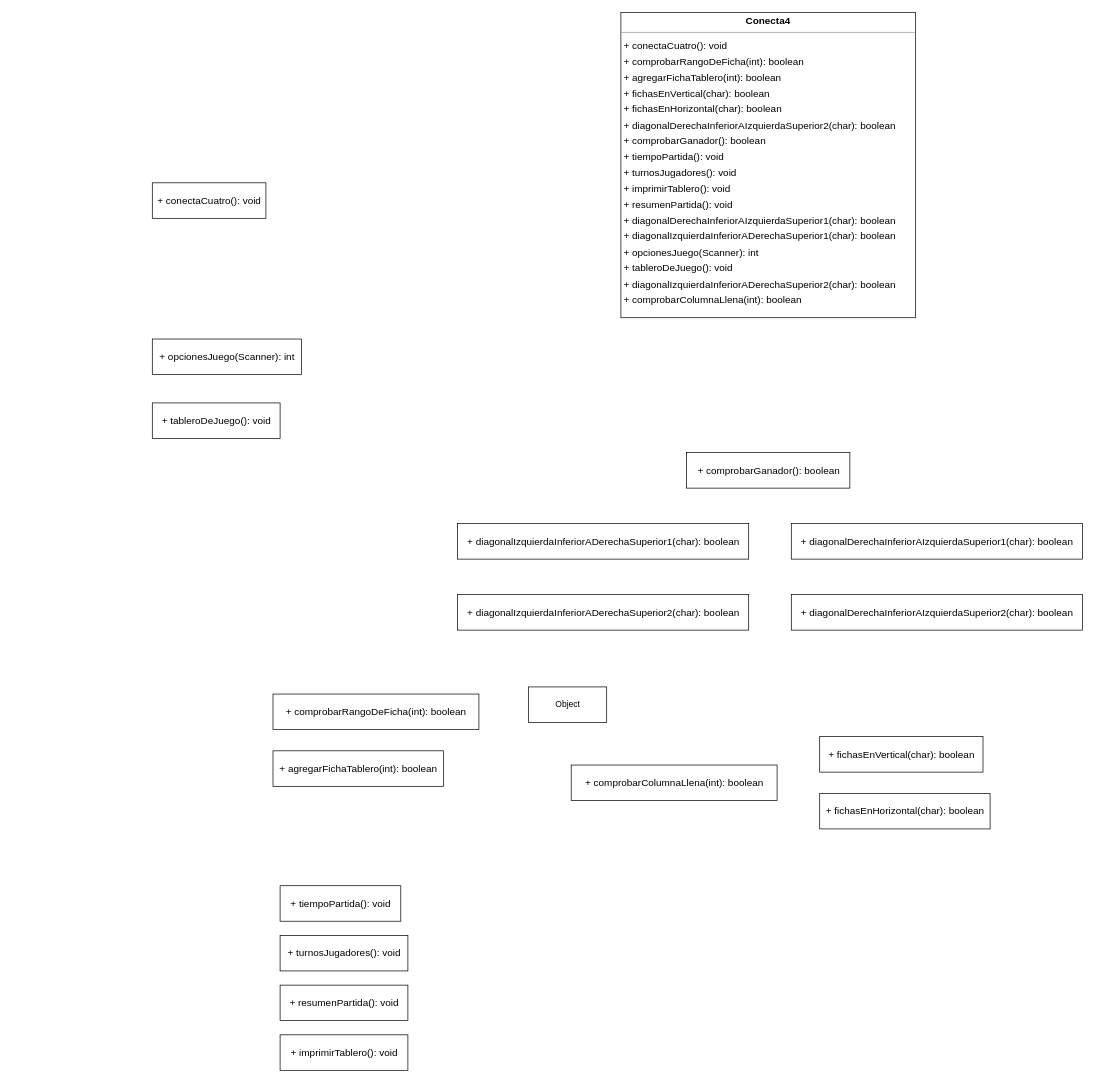
Earlier version of the draw.io diagram src/Conecta4UML.drawio (Daruuu/JuegoConecta4). Source tidied: cells renumbered, new cells numbered last; positions are measured from the earlier drawing's top-left corner, leaving out a move shared by most shapes. Both pictures are drawn from the tidied source at 71%, with x=0, y=0 at pixel (152, 12).
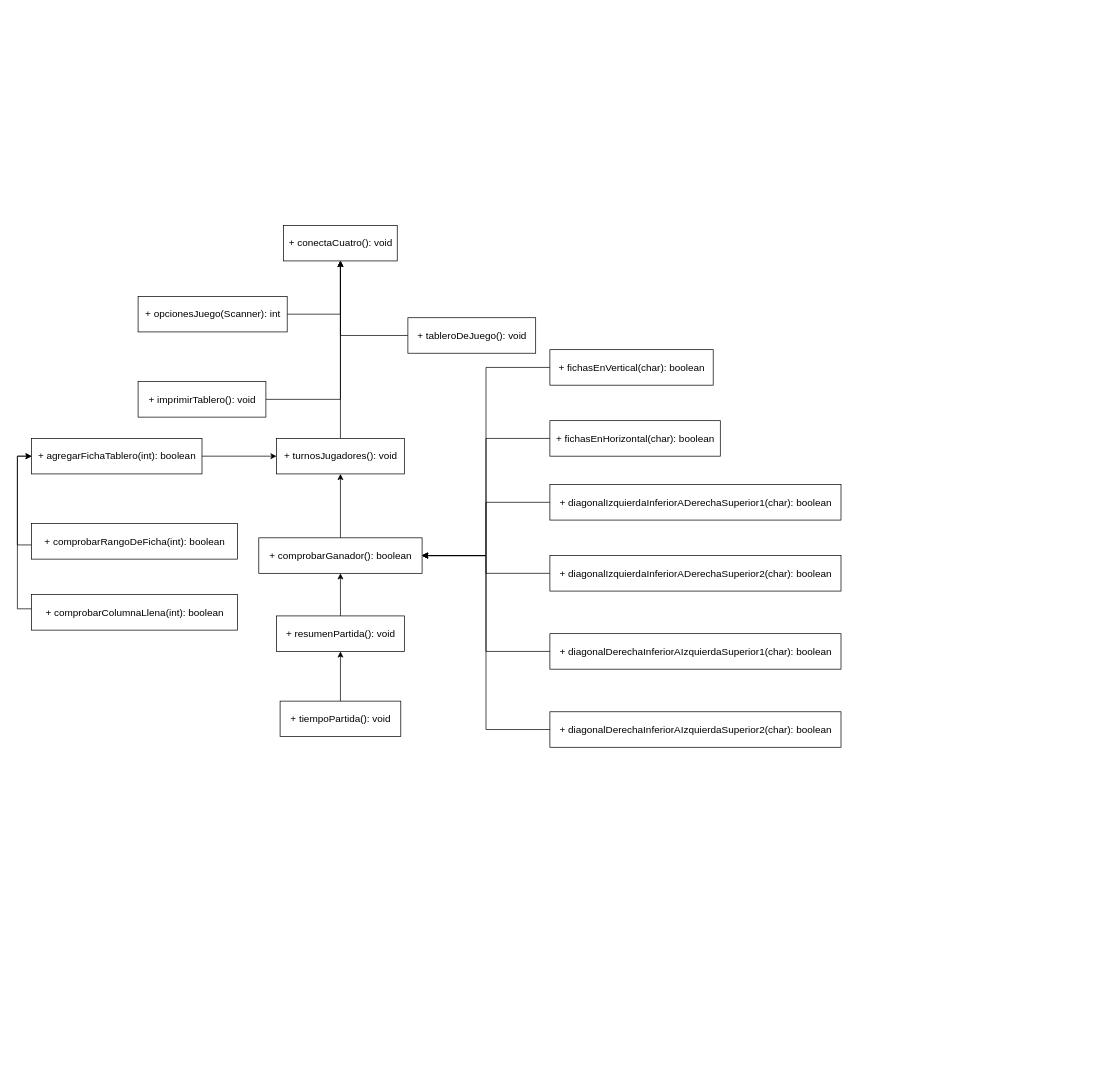
After the change.

The edit, as a diff of the source:
```diff
@@
-    <mxCell id="2" value="&lt;p style=&quot;margin:0px;margin-top:4px;text-align:center;&quot;&gt;&lt;b&gt;Conecta4&lt;/b&gt;&lt;/p&gt;&lt;hr size=&quot;1&quot;/&gt;&lt;p style=&quot;margin:0 0 0 4px;line-height:1.6;&quot;&gt;+ conectaCuatro(): void&lt;br/&gt;+ comprobarRangoDeFicha(int): boolean&lt;br/&gt;+ agregarFichaTablero(int): boolean&lt;br/&gt;+ fichasEnVertical(char): boolean&lt;br/&gt;+ fichasEnHorizontal(char): boolean&lt;br/&gt;+ diagonalDerechaInferiorAIzquierdaSuperior2(char): boolean&lt;br/&gt;+ comprobarGanador(): boolean&lt;br/&gt;+ tiempoPartida(): void&lt;br/&gt;+ turnosJugadores(): void&lt;br/&gt;+ imprimirTablero(): void&lt;br/&gt;+ resumenPartida(): void&lt;br/&gt;+ diagonalDerechaInferiorAIzquierdaSuperior1(char): boolean&lt;br/&gt;+ diagonalIzquierdaInferiorADerechaSuperior1(char): boolean&lt;br/&gt;+ opcionesJuego(Scanner): int&lt;br/&gt;+ tableroDeJuego(): void&lt;br/&gt;+ diagonalIzquierdaInferiorADerechaSuperior2(char): boolean&lt;br/&gt;+ comprobarColumnaLlena(int): boolean&lt;/p&gt;" style="verticalAlign=top;align=left;overflow=fill;fontSize=14;fontFamily=Helvetica;html=1;rounded=0;shadow=0;comic=0;labelBackgroundColor=none;strokeWidth=1;" parent="1" vertex="1">
-      <mxGeometry x="660" width="415" height="430" as="geometry" />
-    </mxCell>
     <mxCell id="3" value="&lt;span style=&quot;font-size: 14px; text-align: left;&quot;&gt;+ conectaCuatro(): void&lt;/span&gt;" style="html=1;" parent="1" vertex="1">
-      <mxGeometry y="240" width="160" height="50" as="geometry" />
+      <mxGeometry x="185" y="300" width="160" height="50" as="geometry" />
     </mxCell>
+    <mxCell id="21" style="edgeStyle=orthogonalEdgeStyle;rounded=0;jettySize=auto;html=1;entryX=0;entryY=0.5;entryDx=0;entryDy=0;" parent="1" edge="1" source="4" target="5">
+      <mxGeometry relative="1" as="geometry">
+        <Array as="points">
+          <mxPoint x="-190" y="750" />
+          <mxPoint x="-190" y="625" />
+        </Array>
+      </mxGeometry>
+    </mxCell>
     <mxCell id="4" value="&lt;span style=&quot;font-size: 14px; text-align: left;&quot;&gt;+ comprobarRangoDeFicha(int): boolean&lt;/span&gt;" style="html=1;" parent="1" vertex="1">
-      <mxGeometry x="170" y="960" width="290" height="50" as="geometry" />
+      <mxGeometry x="-170" y="720" width="290" height="50" as="geometry" />
     </mxCell>
+    <mxCell id="22" style="edgeStyle=orthogonalEdgeStyle;rounded=0;jettySize=auto;html=1;entryX=0;entryY=0.5;entryDx=0;entryDy=0;" parent="1" edge="1" source="5" target="13">
+      <mxGeometry relative="1" as="geometry" />
+    </mxCell>
     <mxCell id="5" value="&lt;span style=&quot;font-size: 14px; text-align: left;&quot;&gt;+ agregarFichaTablero(int): boolean&lt;/span&gt;" style="html=1;" parent="1" vertex="1">
-      <mxGeometry x="170" y="1040" width="240" height="50" as="geometry" />
+      <mxGeometry x="-170" y="600" width="240" height="50" as="geometry" />
     </mxCell>
+    <mxCell id="23" style="edgeStyle=orthogonalEdgeStyle;rounded=0;jettySize=auto;html=1;entryX=1;entryY=0.5;entryDx=0;entryDy=0;" parent="1" edge="1" source="6" target="9">
+      <mxGeometry relative="1" as="geometry" />
+    </mxCell>
     <mxCell id="6" value="&lt;span style=&quot;font-size: 14px; text-align: left;&quot;&gt;+ fichasEnVertical(char): boolean&lt;/span&gt;" style="html=1;" parent="1" vertex="1">
-      <mxGeometry x="940" y="1020" width="230" height="50" as="geometry" />
+      <mxGeometry x="560" y="475" width="230" height="50" as="geometry" />
     </mxCell>
+    <mxCell id="24" style="edgeStyle=orthogonalEdgeStyle;rounded=0;jettySize=auto;html=1;entryX=1;entryY=0.5;entryDx=0;entryDy=0;" parent="1" edge="1" source="7" target="9">
+      <mxGeometry relative="1" as="geometry" />
+    </mxCell>
     <mxCell id="7" value="&lt;span style=&quot;font-size: 14px; text-align: left;&quot;&gt;+ fichasEnHorizontal(char): boolean&lt;/span&gt;" style="html=1;" parent="1" vertex="1">
-      <mxGeometry x="940" y="1100" width="240" height="50" as="geometry" />
+      <mxGeometry x="560" y="575" width="240" height="50" as="geometry" />
     </mxCell>
-    <mxCell id="8" value="Object" style="html=1;" parent="1" vertex="1">
-      <mxGeometry x="530" y="950" width="110" height="50" as="geometry" />
-    </mxCell>
+    <mxCell id="25" style="edgeStyle=orthogonalEdgeStyle;rounded=0;jettySize=auto;html=1;entryX=0.5;entryY=1;entryDx=0;entryDy=0;" parent="1" edge="1" source="9" target="13">
+      <mxGeometry relative="1" as="geometry" />
+    </mxCell>
     <mxCell id="9" value="&lt;span style=&quot;font-size: 14px; text-align: left;&quot;&gt;+ comprobarGanador(): boolean&lt;/span&gt;" style="html=1;" parent="1" vertex="1">
-      <mxGeometry x="752.5" y="620" width="230" height="50" as="geometry" />
+      <mxGeometry x="150" y="740" width="230" height="50" as="geometry" />
     </mxCell>
+    <mxCell id="26" style="edgeStyle=orthogonalEdgeStyle;rounded=0;jettySize=auto;html=1;entryX=1;entryY=0.5;entryDx=0;entryDy=0;" parent="1" edge="1" source="10" target="9">
+      <mxGeometry relative="1" as="geometry" />
+    </mxCell>
     <mxCell id="10" value="&lt;span style=&quot;font-size: 14px; text-align: left;&quot;&gt;+ diagonalDerechaInferiorAIzquierdaSuperior2(char): boolean&lt;/span&gt;" style="html=1;" parent="1" vertex="1">
-      <mxGeometry x="900" y="820" width="410" height="50" as="geometry" />
+      <mxGeometry x="560" y="985" width="410" height="50" as="geometry" />
     </mxCell>
+    <mxCell id="27" style="edgeStyle=orthogonalEdgeStyle;rounded=0;jettySize=auto;html=1;entryX=0.5;entryY=1;entryDx=0;entryDy=0;" parent="1" edge="1" source="11" target="9">
+      <mxGeometry relative="1" as="geometry" />
+    </mxCell>
     <mxCell id="11" value="&lt;span style=&quot;font-size: 14px; text-align: left;&quot;&gt;+ resumenPartida(): void&lt;/span&gt;" style="html=1;" parent="1" vertex="1">
-      <mxGeometry x="180" y="1370" width="180" height="50" as="geometry" />
+      <mxGeometry x="175" y="850" width="180" height="50" as="geometry" />
     </mxCell>
+    <mxCell id="28" style="edgeStyle=orthogonalEdgeStyle;rounded=0;jettySize=auto;html=1;entryX=0.5;entryY=1;entryDx=0;entryDy=0;" parent="1" edge="1" source="12" target="3">
+      <mxGeometry relative="1" as="geometry" />
+    </mxCell>
     <mxCell id="12" value="&lt;span style=&quot;font-size: 14px; text-align: left;&quot;&gt;+ imprimirTablero(): void&lt;/span&gt;" style="html=1;" parent="1" vertex="1">
-      <mxGeometry x="180" y="1440" width="180" height="50" as="geometry" />
+      <mxGeometry x="-20" y="520" width="180" height="50" as="geometry" />
     </mxCell>
+    <mxCell id="29" style="edgeStyle=orthogonalEdgeStyle;rounded=0;jettySize=auto;html=1;entryX=0.5;entryY=1;entryDx=0;entryDy=0;" parent="1" edge="1" source="13" target="3">
+      <mxGeometry relative="1" as="geometry" />
+    </mxCell>
     <mxCell id="13" value="&lt;span style=&quot;font-size: 14px; text-align: left;&quot;&gt;+ turnosJugadores(): void&lt;/span&gt;" style="html=1;" parent="1" vertex="1">
-      <mxGeometry x="180" y="1300" width="180" height="50" as="geometry" />
+      <mxGeometry x="175" y="600" width="180" height="50" as="geometry" />
     </mxCell>
+    <mxCell id="30" style="edgeStyle=orthogonalEdgeStyle;rounded=0;jettySize=auto;html=1;entryX=0.5;entryY=1;entryDx=0;entryDy=0;" parent="1" edge="1" source="14" target="11">
+      <mxGeometry relative="1" as="geometry" />
+    </mxCell>
     <mxCell id="14" value="&lt;span style=&quot;font-size: 14px; text-align: left;&quot;&gt;+ tiempoPartida(): void&lt;/span&gt;" style="html=1;" parent="1" vertex="1">
-      <mxGeometry x="180" y="1230" width="170" height="50" as="geometry" />
+      <mxGeometry x="180" y="970" width="170" height="50" as="geometry" />
     </mxCell>
+    <mxCell id="31" style="edgeStyle=orthogonalEdgeStyle;rounded=0;jettySize=auto;html=1;entryX=0.5;entryY=1;entryDx=0;entryDy=0;" parent="1" edge="1" source="15" target="3">
+      <mxGeometry relative="1" as="geometry">
+        <Array as="points">
+          <mxPoint x="265" y="425" />
+        </Array>
+      </mxGeometry>
+    </mxCell>
     <mxCell id="15" value="&lt;span style=&quot;font-size: 14px; text-align: left;&quot;&gt;+ opcionesJuego(Scanner): int&lt;/span&gt;" style="html=1;" parent="1" vertex="1">
-      <mxGeometry y="460" width="210" height="50" as="geometry" />
+      <mxGeometry x="-20" y="400" width="210" height="50" as="geometry" />
     </mxCell>
+    <mxCell id="32" style="edgeStyle=orthogonalEdgeStyle;rounded=0;jettySize=auto;html=1;entryX=1;entryY=0.5;entryDx=0;entryDy=0;" parent="1" edge="1" source="16" target="9">
+      <mxGeometry relative="1" as="geometry" />
+    </mxCell>
     <mxCell id="16" value="&lt;span style=&quot;font-size: 14px; text-align: left;&quot;&gt;+ diagonalDerechaInferiorAIzquierdaSuperior1(char): boolean&lt;/span&gt;" style="html=1;" parent="1" vertex="1">
-      <mxGeometry x="900" y="720" width="410" height="50" as="geometry" />
+      <mxGeometry x="560" y="875" width="410" height="50" as="geometry" />
     </mxCell>
+    <mxCell id="33" style="edgeStyle=orthogonalEdgeStyle;rounded=0;jettySize=auto;html=1;entryX=1;entryY=0.5;entryDx=0;entryDy=0;" parent="1" edge="1" source="17" target="9">
+      <mxGeometry relative="1" as="geometry" />
+    </mxCell>
     <mxCell id="17" value="&lt;span style=&quot;font-size: 14px; text-align: left;&quot;&gt;+ diagonalIzquierdaInferiorADerechaSuperior1(char): boolean&lt;/span&gt;" style="html=1;" parent="1" vertex="1">
-      <mxGeometry x="430" y="720" width="410" height="50" as="geometry" />
+      <mxGeometry x="560" y="665" width="410" height="50" as="geometry" />
     </mxCell>
+    <mxCell id="34" style="edgeStyle=orthogonalEdgeStyle;rounded=0;jettySize=auto;html=1;entryX=1;entryY=0.5;entryDx=0;entryDy=0;" parent="1" edge="1" source="18" target="9">
+      <mxGeometry relative="1" as="geometry" />
+    </mxCell>
     <mxCell id="18" value="&lt;span style=&quot;font-size: 14px; text-align: left;&quot;&gt;+ diagonalIzquierdaInferiorADerechaSuperior2(char): boolean&lt;/span&gt;" style="html=1;" parent="1" vertex="1">
-      <mxGeometry x="430" y="820" width="410" height="50" as="geometry" />
+      <mxGeometry x="560" y="765" width="410" height="50" as="geometry" />
     </mxCell>
+    <mxCell id="35" style="edgeStyle=orthogonalEdgeStyle;rounded=0;jettySize=auto;html=1;entryX=0.5;entryY=1;entryDx=0;entryDy=0;" parent="1" edge="1" source="19" target="3">
+      <mxGeometry relative="1" as="geometry" />
+    </mxCell>
     <mxCell id="19" value="&lt;span style=&quot;font-size: 14px; text-align: left;&quot;&gt;+ tableroDeJuego(): void&lt;/span&gt;" style="html=1;" parent="1" vertex="1">
-      <mxGeometry y="550" width="180" height="50" as="geometry" />
+      <mxGeometry x="360" y="430" width="180" height="50" as="geometry" />
     </mxCell>
+    <mxCell id="36" style="edgeStyle=orthogonalEdgeStyle;rounded=0;jettySize=auto;html=1;entryX=0;entryY=0.5;entryDx=0;entryDy=0;" parent="1" edge="1" source="20" target="5">
+      <mxGeometry relative="1" as="geometry">
+        <Array as="points">
+          <mxPoint x="-190" y="840" />
+          <mxPoint x="-190" y="625" />
+        </Array>
+      </mxGeometry>
+    </mxCell>
     <mxCell id="20" value="&lt;span style=&quot;font-size: 14px; text-align: left;&quot;&gt;+ comprobarColumnaLlena(int): boolean&lt;/span&gt;" style="html=1;" parent="1" vertex="1">
-      <mxGeometry x="590" y="1060" width="290" height="50" as="geometry" />
+      <mxGeometry x="-170" y="820" width="290" height="50" as="geometry" />
     </mxCell>
```
